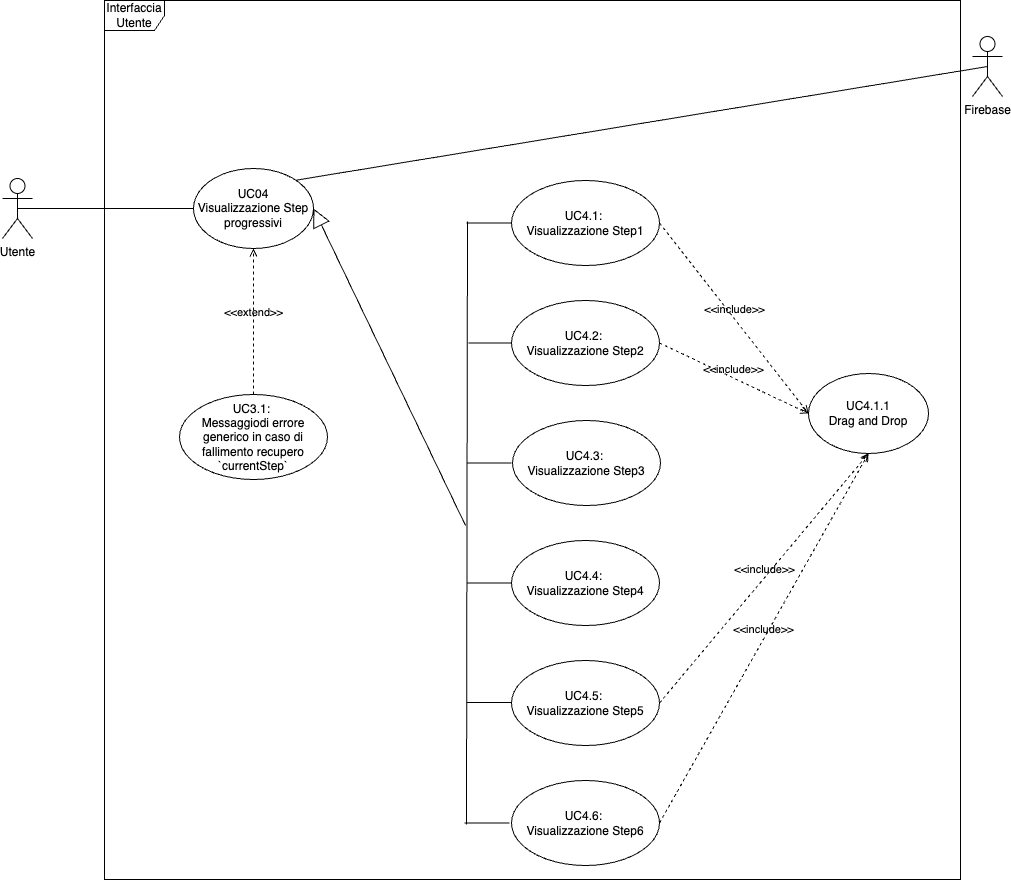
Above: images/uc/UML/UC04.drawio.png in orlifera/Thesis (draw.io), before the change. Source tidied: cells renumbered, new cells last; positions are measured from the earlier drawing's top-left corner, leaving out a move shared by most shapes. Source of this version:
```xml
<mxGraphModel>
  <root>
    <mxCell id="0" />
    <mxCell id="1" parent="0" />
    <mxCell id="2" value="Interfaccia Utente" style="shape=umlFrame;whiteSpace=wrap;html=1;" parent="1" vertex="1">
      <mxGeometry x="102" width="856" height="879" as="geometry" />
    </mxCell>
    <mxCell id="3" value="Utente" style="shape=umlActor;verticalLabelPosition=bottom;verticalAlign=top;html=1;" parent="1" vertex="1">
      <mxGeometry y="178" width="30" height="60" as="geometry" />
    </mxCell>
    <mxCell id="4" value="&lt;div&gt;UC04&lt;/div&gt;Visualizzazione Step progressivi" style="ellipse;whiteSpace=wrap;html=1;" parent="1" vertex="1">
      <mxGeometry x="191" y="168" width="120" height="80" as="geometry" />
    </mxCell>
    <mxCell id="5" style="endArrow=none;html=1;rounded=0;exitX=0.5;exitY=0.5;exitDx=0;exitDy=0;exitPerimeter=0;entryX=0;entryY=0.5;entryDx=0;entryDy=0;" parent="1" edge="1" source="3" target="4">
      <mxGeometry relative="1" as="geometry" />
    </mxCell>
    <mxCell id="6" value="UC3.1:&amp;nbsp;&lt;br&gt;Messaggiodi errore generico in caso di fallimento recupero `currentStep`" style="ellipse;whiteSpace=wrap;html=1;" parent="1" vertex="1">
      <mxGeometry x="177" y="394" width="148" height="85" as="geometry" />
    </mxCell>
    <mxCell id="7" style="endArrow=none;html=1;rounded=0;exitX=1;exitY=0;exitDx=0;exitDy=0;entryX=0.5;entryY=0.5;entryDx=0;entryDy=0;entryPerimeter=0;" parent="1" edge="1" source="4" target="8">
      <mxGeometry relative="1" as="geometry" />
    </mxCell>
    <mxCell id="8" value="Firebase" style="shape=umlActor;verticalLabelPosition=bottom;verticalAlign=top;html=1;" parent="1" vertex="1">
      <mxGeometry x="970" y="36" width="30" height="60" as="geometry" />
    </mxCell>
    <mxCell id="9" value="UC4.1:&amp;nbsp;&lt;br&gt;Visualizzazione Step1" style="ellipse;whiteSpace=wrap;html=1;" parent="1" vertex="1">
      <mxGeometry x="509" y="180" width="148" height="85" as="geometry" />
    </mxCell>
    <mxCell id="10" value="UC4.2:&amp;nbsp;&lt;br&gt;Visualizzazione Step2" style="ellipse;whiteSpace=wrap;html=1;" parent="1" vertex="1">
      <mxGeometry x="509" y="300" width="148" height="85" as="geometry" />
    </mxCell>
    <mxCell id="11" value="UC4.3:&amp;nbsp;&lt;br&gt;Visualizzazione Step3" style="ellipse;whiteSpace=wrap;html=1;" parent="1" vertex="1">
      <mxGeometry x="510" y="420" width="148" height="85" as="geometry" />
    </mxCell>
    <mxCell id="12" value="UC4.4:&amp;nbsp;&lt;br&gt;Visualizzazione Step4" style="ellipse;whiteSpace=wrap;html=1;" parent="1" vertex="1">
      <mxGeometry x="509" y="540" width="148" height="85" as="geometry" />
    </mxCell>
    <mxCell id="13" value="UC4.5:&amp;nbsp;&lt;div&gt;Visualizzazione Step5&lt;/div&gt;" style="ellipse;whiteSpace=wrap;html=1;" parent="1" vertex="1">
      <mxGeometry x="509" y="660" width="148" height="85" as="geometry" />
    </mxCell>
    <mxCell id="14" value="UC4.6:&amp;nbsp;&lt;div&gt;Visualizzazione Step6&lt;/div&gt;" style="ellipse;whiteSpace=wrap;html=1;" parent="1" vertex="1">
      <mxGeometry x="509" y="780" width="148" height="85" as="geometry" />
    </mxCell>
    <mxCell id="15" style="endArrow=block;endSize=16;endFill=0;html=1;rounded=0;entryX=1;entryY=0.5;entryDx=0;entryDy=0;" parent="1" edge="1" target="4">
      <mxGeometry relative="1" as="geometry">
        <mxPoint x="463" y="525" as="sourcePoint" />
      </mxGeometry>
    </mxCell>
    <mxCell id="16" style="line;strokeWidth=1;fillColor=none;align=left;verticalAlign=middle;spacingTop=-1;spacingLeft=3;spacingRight=3;labelPosition=right;strokeColor=inherit;" parent="1" vertex="1">
      <mxGeometry x="464" y="218.5" width="45" height="8" as="geometry" />
    </mxCell>
    <mxCell id="17" style="line;strokeWidth=1;fillColor=none;align=left;verticalAlign=middle;spacingTop=-1;spacingLeft=3;spacingRight=3;labelPosition=right;strokeColor=inherit;" parent="1" vertex="1">
      <mxGeometry x="466" y="338.5" width="43" height="8" as="geometry" />
    </mxCell>
    <mxCell id="18" style="line;strokeWidth=1;fillColor=none;align=left;verticalAlign=middle;spacingTop=-1;spacingLeft=3;spacingRight=3;labelPosition=right;strokeColor=inherit;" parent="1" vertex="1">
      <mxGeometry x="465" y="458.5" width="44" height="8" as="geometry" />
    </mxCell>
    <mxCell id="19" style="line;strokeWidth=1;fillColor=none;align=left;verticalAlign=middle;spacingTop=-1;spacingLeft=3;spacingRight=3;labelPosition=right;strokeColor=inherit;" parent="1" vertex="1">
      <mxGeometry x="465" y="578.5" width="44" height="8" as="geometry" />
    </mxCell>
    <mxCell id="20" style="line;strokeWidth=1;fillColor=none;align=left;verticalAlign=middle;spacingTop=-1;spacingLeft=3;spacingRight=3;labelPosition=right;strokeColor=inherit;" parent="1" vertex="1">
      <mxGeometry x="464" y="698" width="45" height="8" as="geometry" />
    </mxCell>
    <mxCell id="21" style="line;strokeWidth=1;fillColor=none;align=left;verticalAlign=middle;spacingTop=-1;spacingLeft=3;spacingRight=3;labelPosition=right;points=[];portConstraint=eastwest;strokeColor=inherit;" parent="1" vertex="1">
      <mxGeometry x="462" y="818.5" width="45" height="8" as="geometry" />
    </mxCell>
    <mxCell id="22" style="endArrow=none;html=1;rounded=0;exitX=0.044;exitY=0.688;exitDx=0;exitDy=0;exitPerimeter=0;" parent="1" edge="1" source="21">
      <mxGeometry relative="1" as="geometry">
        <mxPoint x="465" y="221" as="targetPoint" />
      </mxGeometry>
    </mxCell>
    <mxCell id="23" value="&lt;div&gt;UC4.1.1&lt;/div&gt;Drag and Drop" style="ellipse;whiteSpace=wrap;html=1;" parent="1" vertex="1">
      <mxGeometry x="806" y="373" width="120" height="80" as="geometry" />
    </mxCell>
    <mxCell id="24" value="&amp;lt;&amp;lt;extend&amp;gt;&amp;gt;" style="html=1;verticalAlign=bottom;labelBackgroundColor=none;endArrow=open;endFill=0;dashed=1;entryX=0.5;entryY=1;entryDx=0;entryDy=0;exitX=0.5;exitY=0;exitDx=0;exitDy=0;" parent="1" edge="1" source="6" target="4">
      <mxGeometry relative="1" as="geometry" />
    </mxCell>
    <mxCell id="25" value="&amp;lt;&amp;lt;include&amp;gt;&amp;gt;" style="html=1;verticalAlign=bottom;labelBackgroundColor=none;endArrow=open;endFill=0;dashed=1;entryX=0;entryY=0.5;entryDx=0;entryDy=0;exitX=1;exitY=0.5;exitDx=0;exitDy=0;" parent="1" edge="1" source="9" target="23">
      <mxGeometry relative="1" as="geometry" />
    </mxCell>
    <mxCell id="26" value="&amp;lt;&amp;lt;include&amp;gt;&amp;gt;" style="html=1;verticalAlign=bottom;labelBackgroundColor=none;endArrow=open;endFill=0;dashed=1;entryX=0;entryY=0.5;entryDx=0;entryDy=0;exitX=1;exitY=0.5;exitDx=0;exitDy=0;" parent="1" edge="1" source="10" target="23">
      <mxGeometry relative="1" as="geometry" />
    </mxCell>
    <mxCell id="27" value="&amp;lt;&amp;lt;include&amp;gt;&amp;gt;" style="html=1;verticalAlign=bottom;labelBackgroundColor=none;endArrow=open;endFill=0;dashed=1;entryX=0.5;entryY=1;entryDx=0;entryDy=0;exitX=1;exitY=0.5;exitDx=0;exitDy=0;" parent="1" edge="1" source="14" target="23">
      <mxGeometry relative="1" as="geometry" />
    </mxCell>
    <mxCell id="28" value="&amp;lt;&amp;lt;include&amp;gt;&amp;gt;" style="html=1;verticalAlign=bottom;labelBackgroundColor=none;endArrow=open;endFill=0;dashed=1;entryX=0.5;entryY=1;entryDx=0;entryDy=0;exitX=1;exitY=0.5;exitDx=0;exitDy=0;" parent="1" edge="1" source="13" target="23">
      <mxGeometry relative="1" as="geometry" />
    </mxCell>
  </root>
</mxGraphModel>
```
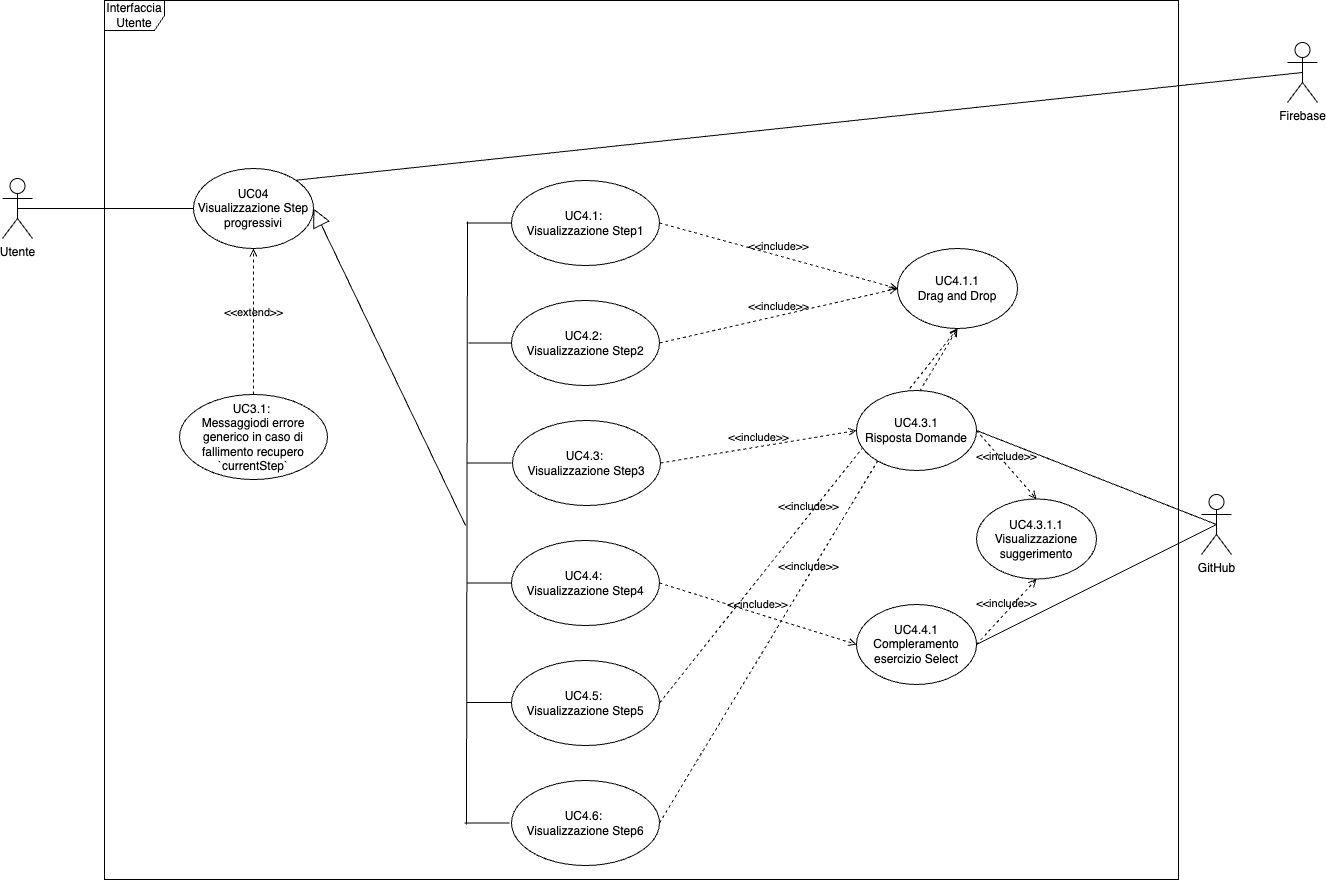
Later version of the same file.

Change to the diagram source:
```diff
@@ -3,7 +3,7 @@
     <mxCell id="0" />
     <mxCell id="1" parent="0" />
     <mxCell id="2" value="Interfaccia Utente" style="shape=umlFrame;whiteSpace=wrap;html=1;" parent="1" vertex="1">
-      <mxGeometry x="102" width="856" height="879" as="geometry" />
+      <mxGeometry x="102" width="1074" height="879" as="geometry" />
     </mxCell>
     <mxCell id="3" value="Utente" style="shape=umlActor;verticalLabelPosition=bottom;verticalAlign=top;html=1;" parent="1" vertex="1">
       <mxGeometry y="178" width="30" height="60" as="geometry" />
@@ -21,7 +21,7 @@
       <mxGeometry relative="1" as="geometry" />
     </mxCell>
     <mxCell id="8" value="Firebase" style="shape=umlActor;verticalLabelPosition=bottom;verticalAlign=top;html=1;" parent="1" vertex="1">
-      <mxGeometry x="970" y="36" width="30" height="60" as="geometry" />
+      <mxGeometry x="1285" y="42" width="30" height="60" as="geometry" />
     </mxCell>
     <mxCell id="9" value="UC4.1:&amp;nbsp;&lt;br&gt;Visualizzazione Step1" style="ellipse;whiteSpace=wrap;html=1;" parent="1" vertex="1">
       <mxGeometry x="509" y="180" width="148" height="85" as="geometry" />
@@ -70,7 +70,7 @@
       </mxGeometry>
     </mxCell>
     <mxCell id="23" value="&lt;div&gt;UC4.1.1&lt;/div&gt;Drag and Drop" style="ellipse;whiteSpace=wrap;html=1;" parent="1" vertex="1">
-      <mxGeometry x="806" y="373" width="120" height="80" as="geometry" />
+      <mxGeometry x="895" y="248" width="120" height="80" as="geometry" />
     </mxCell>
     <mxCell id="24" value="&amp;lt;&amp;lt;extend&amp;gt;&amp;gt;" style="html=1;verticalAlign=bottom;labelBackgroundColor=none;endArrow=open;endFill=0;dashed=1;entryX=0.5;entryY=1;entryDx=0;entryDy=0;exitX=0.5;exitY=0;exitDx=0;exitDy=0;" parent="1" edge="1" source="6" target="4">
       <mxGeometry relative="1" as="geometry" />
@@ -87,5 +87,35 @@
     <mxCell id="28" value="&amp;lt;&amp;lt;include&amp;gt;&amp;gt;" style="html=1;verticalAlign=bottom;labelBackgroundColor=none;endArrow=open;endFill=0;dashed=1;entryX=0.5;entryY=1;entryDx=0;entryDy=0;exitX=1;exitY=0.5;exitDx=0;exitDy=0;" parent="1" edge="1" source="13" target="23">
       <mxGeometry relative="1" as="geometry" />
     </mxCell>
+    <mxCell id="29" value="&lt;div&gt;UC4.3.1&lt;/div&gt;Risposta Domande" style="ellipse;whiteSpace=wrap;html=1;" parent="1" vertex="1">
+      <mxGeometry x="854" y="390" width="120" height="80" as="geometry" />
+    </mxCell>
+    <mxCell id="30" value="&lt;div&gt;UC4.4.1&lt;/div&gt;Compleramento esercizio Select" style="ellipse;whiteSpace=wrap;html=1;" parent="1" vertex="1">
+      <mxGeometry x="854" y="604" width="120" height="80" as="geometry" />
+    </mxCell>
+    <mxCell id="31" value="&amp;lt;&amp;lt;include&amp;gt;&amp;gt;" style="html=1;verticalAlign=bottom;labelBackgroundColor=none;endArrow=open;endFill=0;dashed=1;entryX=0;entryY=0.5;entryDx=0;entryDy=0;exitX=1;exitY=0.5;exitDx=0;exitDy=0;" parent="1" edge="1" source="11" target="29">
+      <mxGeometry relative="1" as="geometry" />
+    </mxCell>
+    <mxCell id="32" value="&amp;lt;&amp;lt;include&amp;gt;&amp;gt;" style="html=1;verticalAlign=bottom;labelBackgroundColor=none;endArrow=open;endFill=0;dashed=1;entryX=0;entryY=0.5;entryDx=0;entryDy=0;exitX=1;exitY=0.5;exitDx=0;exitDy=0;" parent="1" edge="1" source="12" target="30">
+      <mxGeometry relative="1" as="geometry" />
+    </mxCell>
+    <mxCell id="33" value="GitHub" style="shape=umlActor;verticalLabelPosition=bottom;verticalAlign=top;html=1;" parent="1" vertex="1">
+      <mxGeometry x="1199" y="494" width="30" height="60" as="geometry" />
+    </mxCell>
+    <mxCell id="34" style="endArrow=none;html=1;exitX=1;exitY=0.5;exitDx=0;exitDy=0;entryX=0.5;entryY=0.5;entryDx=0;entryDy=0;entryPerimeter=0;" parent="1" edge="1" source="29" target="33">
+      <mxGeometry relative="1" as="geometry" />
+    </mxCell>
+    <mxCell id="35" style="endArrow=none;html=1;exitX=1;exitY=0.5;exitDx=0;exitDy=0;entryX=0.5;entryY=0.5;entryDx=0;entryDy=0;entryPerimeter=0;" parent="1" edge="1" source="30" target="33">
+      <mxGeometry relative="1" as="geometry" />
+    </mxCell>
+    <mxCell id="36" value="&lt;div&gt;UC4.3.1.1&lt;/div&gt;Visualizzazione suggerimento" style="ellipse;whiteSpace=wrap;html=1;" parent="1" vertex="1">
+      <mxGeometry x="974" y="498.5" width="120" height="80" as="geometry" />
+    </mxCell>
+    <mxCell id="37" value="&amp;lt;&amp;lt;include&amp;gt;&amp;gt;" style="html=1;verticalAlign=bottom;labelBackgroundColor=none;endArrow=open;endFill=0;dashed=1;exitX=1;exitY=0.5;exitDx=0;exitDy=0;entryX=0.5;entryY=0;entryDx=0;entryDy=0;" parent="1" edge="1" source="29" target="36">
+      <mxGeometry relative="1" as="geometry" />
+    </mxCell>
+    <mxCell id="38" value="&amp;lt;&amp;lt;include&amp;gt;&amp;gt;" style="html=1;verticalAlign=bottom;labelBackgroundColor=none;endArrow=open;endFill=0;dashed=1;exitX=1;exitY=0.5;exitDx=0;exitDy=0;entryX=0.5;entryY=1;entryDx=0;entryDy=0;" parent="1" edge="1" source="30" target="36">
+      <mxGeometry relative="1" as="geometry" />
+    </mxCell>
   </root>
 </mxGraphModel>
```
